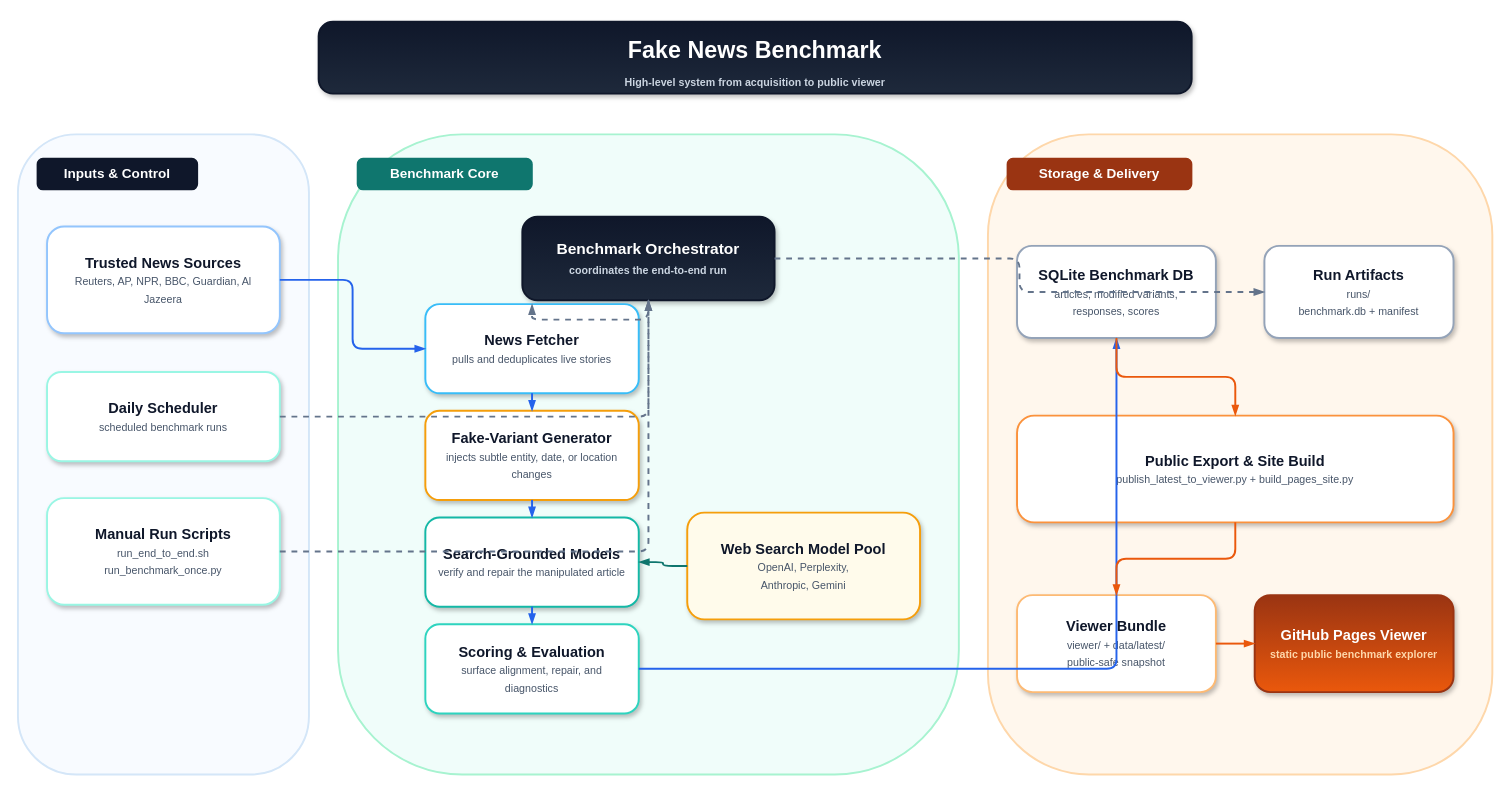
Earlier version of the draw.io diagram docs/high-level-system.drawio (Isydmr/web-search-tool-benchmark). Source tidied: cells renumbered, new cells numbered last; positions are measured from the earlier drawing's top-left corner, leaving out a move shared by most shapes. Both pictures are drawn from the tidied source at 97%, with x=0, y=0 at pixel (17, 21).
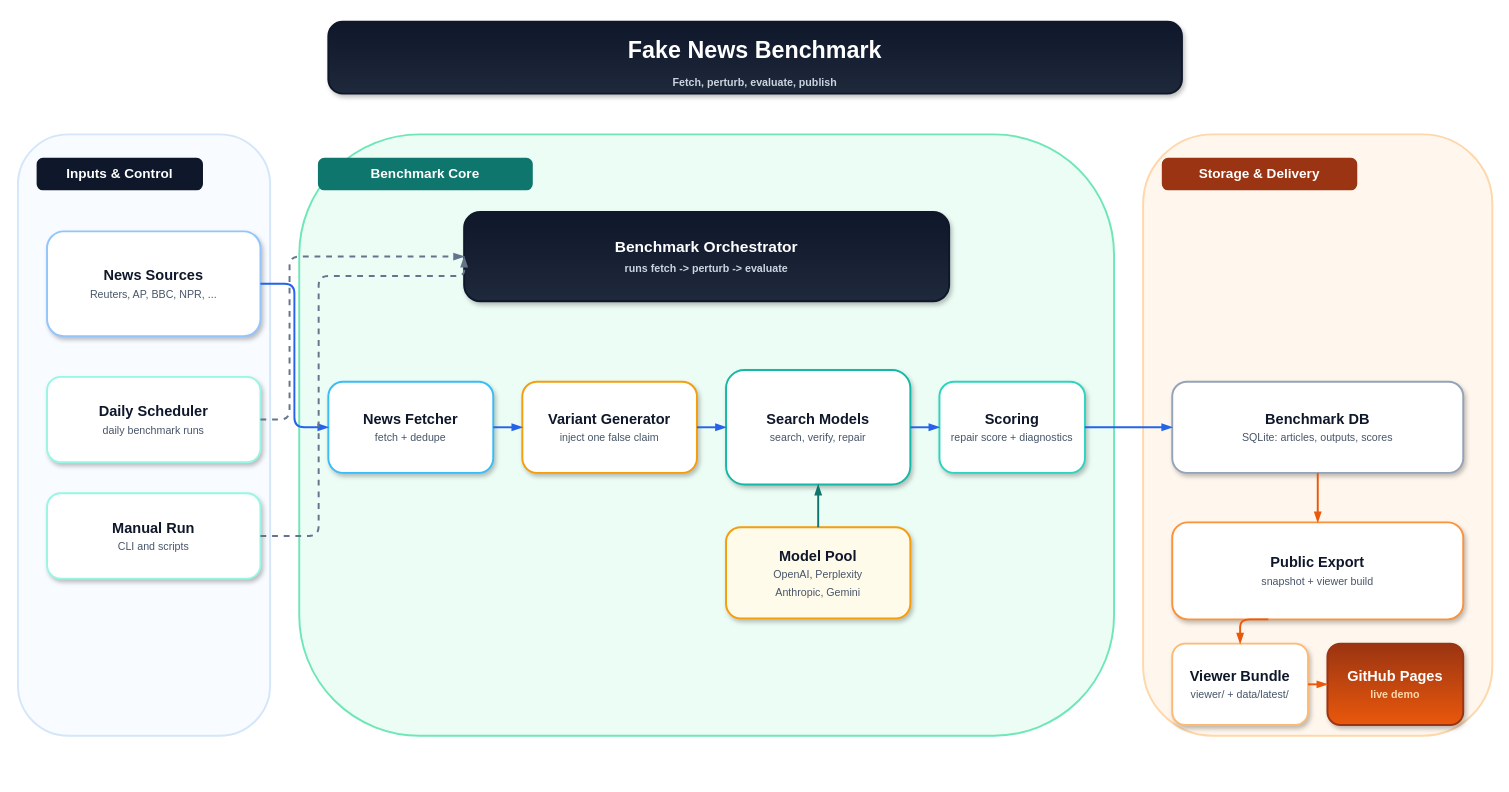
After the change.

Diff of the diagram source:
```diff
@@
-    <mxCell id="2" value="&lt;b&gt;Fake News Benchmark&lt;/b&gt;&lt;br/&gt;&lt;font style=&quot;font-size: 11px;&quot; color=&quot;#CBD5E1&quot;&gt;High-level system from acquisition to public viewer&lt;/font&gt;" style="rounded=1;whiteSpace=wrap;html=1;fillColor=#0F172A;gradientColor=#1E293B;strokeColor=#0F172A;strokeWidth=2;fontColor=#FFFFFF;fontSize=24;fontStyle=1;arcSize=20;shadow=1;spacingTop=14;" parent="1" vertex="1">
-      <mxGeometry x="310" width="900" height="74" as="geometry" />
+    <mxCell id="2" value="&lt;b&gt;Fake News Benchmark&lt;/b&gt;&lt;br/&gt;&lt;font style=&quot;font-size: 11px;&quot; color=&quot;#CBD5E1&quot;&gt;Fetch, perturb, evaluate, publish&lt;/font&gt;" style="rounded=1;whiteSpace=wrap;html=1;fillColor=#0F172A;gradientColor=#1E293B;strokeColor=#0F172A;strokeWidth=2;fontColor=#FFFFFF;fontSize=24;fontStyle=1;arcSize=20;shadow=1;spacingTop=14;" parent="1" vertex="1">
+      <mxGeometry x="320" width="880" height="74" as="geometry" />
     </mxCell>
     <mxCell id="3" style="rounded=1;whiteSpace=wrap;html=1;fillColor=#F8FBFF;strokeColor=#D4E6F8;strokeWidth=2;arcSize=20;" parent="1" vertex="1">
-      <mxGeometry y="116" width="300" height="660" as="geometry" />
+      <mxGeometry y="116" width="260" height="620" as="geometry" />
     </mxCell>
-    <mxCell id="4" style="rounded=1;whiteSpace=wrap;html=1;fillColor=#F0FDFA;strokeColor=#A7F3D0;strokeWidth=2;arcSize=20;" parent="1" vertex="1">
-      <mxGeometry x="330" y="116" width="640" height="660" as="geometry" />
+    <mxCell id="4" style="rounded=1;whiteSpace=wrap;html=1;fillColor=#ECFDF5;strokeColor=#6EE7B7;strokeWidth=2;arcSize=20;" parent="1" vertex="1">
+      <mxGeometry x="290" y="116" width="840" height="620" as="geometry" />
     </mxCell>
     <mxCell id="5" style="rounded=1;whiteSpace=wrap;html=1;fillColor=#FFF7ED;strokeColor=#FED7AA;strokeWidth=2;arcSize=20;" parent="1" vertex="1">
-      <mxGeometry x="1000" y="116" width="520" height="660" as="geometry" />
+      <mxGeometry x="1160" y="116" width="360" height="620" as="geometry" />
     </mxCell>
     <mxCell id="6" value="Inputs &amp;amp; Control" style="rounded=1;whiteSpace=wrap;html=1;fillColor=#0F172A;strokeColor=#0F172A;strokeWidth=1.5;fontColor=#FFFFFF;fontSize=14;fontStyle=1;arcSize=18;" parent="1" vertex="1">
-      <mxGeometry x="20" y="141" width="165" height="32" as="geometry" />
+      <mxGeometry x="20" y="141" width="170" height="32" as="geometry" />
     </mxCell>
     <mxCell id="7" value="Benchmark Core" style="rounded=1;whiteSpace=wrap;html=1;fillColor=#0F766E;strokeColor=#0F766E;strokeWidth=1.5;fontColor=#FFFFFF;fontSize=14;fontStyle=1;arcSize=18;" parent="1" vertex="1">
-      <mxGeometry x="350" y="141" width="180" height="32" as="geometry" />
+      <mxGeometry x="310" y="141" width="220" height="32" as="geometry" />
     </mxCell>
     <mxCell id="8" value="Storage &amp;amp; Delivery" style="rounded=1;whiteSpace=wrap;html=1;fillColor=#9A3412;strokeColor=#9A3412;strokeWidth=1.5;fontColor=#FFFFFF;fontSize=14;fontStyle=1;arcSize=18;" parent="1" vertex="1">
-      <mxGeometry x="1020" y="141" width="190" height="32" as="geometry" />
+      <mxGeometry x="1180" y="141" width="200" height="32" as="geometry" />
     </mxCell>
-    <mxCell id="9" value="&lt;b&gt;Trusted News Sources&lt;/b&gt;&lt;br/&gt;&lt;font color=&quot;#475569&quot; style=&quot;font-size: 11px;&quot;&gt;Reuters, AP, NPR, BBC, Guardian, Al Jazeera&lt;/font&gt;" style="rounded=1;whiteSpace=wrap;html=1;fillColor=#FFFFFF;strokeColor=#93C5FD;strokeWidth=2;fontColor=#0F172A;fontSize=15;shadow=1;arcSize=16;spacing=12;" parent="1" vertex="1">
-      <mxGeometry x="30" y="211" width="240" height="110" as="geometry" />
+    <mxCell id="9" value="&lt;b&gt;News Sources&lt;/b&gt;&lt;br/&gt;&lt;font color=&quot;#475569&quot; style=&quot;font-size: 11px;&quot;&gt;Reuters, AP, BBC, NPR, ...&lt;/font&gt;" style="rounded=1;whiteSpace=wrap;html=1;fillColor=#FFFFFF;strokeColor=#93C5FD;strokeWidth=2;fontColor=#0F172A;fontSize=15;shadow=1;arcSize=16;spacing=12;" parent="1" vertex="1">
+      <mxGeometry x="30" y="216" width="220" height="108" as="geometry" />
     </mxCell>
-    <mxCell id="10" value="&lt;b&gt;Daily Scheduler&lt;/b&gt;&lt;br/&gt;&lt;font color=&quot;#475569&quot; style=&quot;font-size: 11px;&quot;&gt;scheduled benchmark runs&lt;/font&gt;" style="rounded=1;whiteSpace=wrap;html=1;fillColor=#FFFFFF;strokeColor=#99F6E4;strokeWidth=2;fontColor=#0F172A;fontSize=15;shadow=1;arcSize=16;spacing=12;" parent="1" vertex="1">
-      <mxGeometry x="30" y="361" width="240" height="92" as="geometry" />
+    <mxCell id="10" value="&lt;b&gt;Daily Scheduler&lt;/b&gt;&lt;br/&gt;&lt;font color=&quot;#475569&quot; style=&quot;font-size: 11px;&quot;&gt;daily benchmark runs&lt;/font&gt;" style="rounded=1;whiteSpace=wrap;html=1;fillColor=#FFFFFF;strokeColor=#99F6E4;strokeWidth=2;fontColor=#0F172A;fontSize=15;shadow=1;arcSize=16;spacing=12;" parent="1" vertex="1">
+      <mxGeometry x="30" y="366" width="220" height="88" as="geometry" />
     </mxCell>
-    <mxCell id="11" value="&lt;b&gt;Manual Run Scripts&lt;/b&gt;&lt;br/&gt;&lt;font color=&quot;#475569&quot; style=&quot;font-size: 11px;&quot;&gt;run_end_to_end.sh&lt;br/&gt;run_benchmark_once.py&lt;/font&gt;" style="rounded=1;whiteSpace=wrap;html=1;fillColor=#FFFFFF;strokeColor=#99F6E4;strokeWidth=2;fontColor=#0F172A;fontSize=15;shadow=1;arcSize=16;spacing=12;" parent="1" vertex="1">
-      <mxGeometry x="30" y="491" width="240" height="110" as="geometry" />
+    <mxCell id="11" value="&lt;b&gt;Manual Run&lt;/b&gt;&lt;br/&gt;&lt;font color=&quot;#475569&quot; style=&quot;font-size: 11px;&quot;&gt;CLI and scripts&lt;/font&gt;" style="rounded=1;whiteSpace=wrap;html=1;fillColor=#FFFFFF;strokeColor=#99F6E4;strokeWidth=2;fontColor=#0F172A;fontSize=15;shadow=1;arcSize=16;spacing=12;" parent="1" vertex="1">
+      <mxGeometry x="30" y="486" width="220" height="88" as="geometry" />
     </mxCell>
-    <mxCell id="12" value="&lt;b&gt;Benchmark Orchestrator&lt;/b&gt;&lt;br/&gt;&lt;font color=&quot;#CBD5E1&quot; style=&quot;font-size: 11px;&quot;&gt;coordinates the end-to-end run&lt;/font&gt;" style="rounded=1;whiteSpace=wrap;html=1;fillColor=#0F172A;gradientColor=#1E293B;strokeColor=#0F172A;strokeWidth=2;fontColor=#FFFFFF;fontSize=16;fontStyle=1;shadow=1;arcSize=18;spacing=12;" parent="1" vertex="1">
-      <mxGeometry x="520" y="201" width="260" height="86" as="geometry" />
+    <mxCell id="12" value="&lt;b&gt;Benchmark Orchestrator&lt;/b&gt;&lt;br/&gt;&lt;font color=&quot;#CBD5E1&quot; style=&quot;font-size: 11px;&quot;&gt;runs fetch -&amp;gt; perturb -&amp;gt; evaluate&lt;/font&gt;" style="rounded=1;whiteSpace=wrap;html=1;fillColor=#0F172A;gradientColor=#1E293B;strokeColor=#0F172A;strokeWidth=2;fontColor=#FFFFFF;fontSize=16;fontStyle=1;shadow=1;arcSize=18;spacing=12;" parent="1" vertex="1">
+      <mxGeometry x="460" y="196" width="500" height="92" as="geometry" />
     </mxCell>
-    <mxCell id="13" value="&lt;b&gt;News Fetcher&lt;/b&gt;&lt;br/&gt;&lt;font color=&quot;#475569&quot; style=&quot;font-size: 11px;&quot;&gt;pulls and deduplicates live stories&lt;/font&gt;" style="rounded=1;whiteSpace=wrap;html=1;fillColor=#FFFFFF;strokeColor=#38BDF8;strokeWidth=2;fontColor=#0F172A;fontSize=15;shadow=1;arcSize=16;spacing=12;" parent="1" vertex="1">
-      <mxGeometry x="420" y="291" width="220" height="92" as="geometry" />
+    <mxCell id="13" value="&lt;b&gt;News Fetcher&lt;/b&gt;&lt;br/&gt;&lt;font color=&quot;#475569&quot; style=&quot;font-size: 11px;&quot;&gt;fetch + dedupe&lt;/font&gt;" style="rounded=1;whiteSpace=wrap;html=1;fillColor=#FFFFFF;strokeColor=#38BDF8;strokeWidth=2;fontColor=#0F172A;fontSize=15;shadow=1;arcSize=16;spacing=12;" parent="1" vertex="1">
+      <mxGeometry x="320" y="371" width="170" height="94" as="geometry" />
     </mxCell>
-    <mxCell id="14" value="&lt;b&gt;Fake-Variant Generator&lt;/b&gt;&lt;br/&gt;&lt;font color=&quot;#475569&quot; style=&quot;font-size: 11px;&quot;&gt;injects subtle entity, date, or location changes&lt;/font&gt;" style="rounded=1;whiteSpace=wrap;html=1;fillColor=#FFFFFF;strokeColor=#F59E0B;strokeWidth=2;fontColor=#0F172A;fontSize=15;shadow=1;arcSize=16;spacing=12;" parent="1" vertex="1">
-      <mxGeometry x="420" y="401" width="220" height="92" as="geometry" />
+    <mxCell id="14" value="&lt;b&gt;Variant Generator&lt;/b&gt;&lt;br/&gt;&lt;font color=&quot;#475569&quot; style=&quot;font-size: 11px;&quot;&gt;inject one false claim&lt;/font&gt;" style="rounded=1;whiteSpace=wrap;html=1;fillColor=#FFFFFF;strokeColor=#F59E0B;strokeWidth=2;fontColor=#0F172A;fontSize=15;shadow=1;arcSize=16;spacing=12;" parent="1" vertex="1">
+      <mxGeometry x="520" y="371" width="180" height="94" as="geometry" />
     </mxCell>
-    <mxCell id="15" value="&lt;b&gt;Search-Grounded Models&lt;/b&gt;&lt;br/&gt;&lt;font color=&quot;#475569&quot; style=&quot;font-size: 11px;&quot;&gt;verify and repair the manipulated article&lt;/font&gt;" style="rounded=1;whiteSpace=wrap;html=1;fillColor=#FFFFFF;strokeColor=#14B8A6;strokeWidth=2;fontColor=#0F172A;fontSize=15;shadow=1;arcSize=16;spacing=12;" parent="1" vertex="1">
-      <mxGeometry x="420" y="511" width="220" height="92" as="geometry" />
+    <mxCell id="15" value="&lt;b&gt;Search Models&lt;/b&gt;&lt;br/&gt;&lt;font color=&quot;#475569&quot; style=&quot;font-size: 11px;&quot;&gt;search, verify, repair&lt;/font&gt;" style="rounded=1;whiteSpace=wrap;html=1;fillColor=#FFFFFF;strokeColor=#14B8A6;strokeWidth=2;fontColor=#0F172A;fontSize=15;shadow=1;arcSize=16;spacing=12;" parent="1" vertex="1">
+      <mxGeometry x="730" y="359" width="190" height="118" as="geometry" />
     </mxCell>
-    <mxCell id="16" value="&lt;b&gt;Scoring &amp;amp; Evaluation&lt;/b&gt;&lt;br/&gt;&lt;font color=&quot;#475569&quot; style=&quot;font-size: 11px;&quot;&gt;surface alignment, repair, and diagnostics&lt;/font&gt;" style="rounded=1;whiteSpace=wrap;html=1;fillColor=#FFFFFF;strokeColor=#2DD4BF;strokeWidth=2;fontColor=#0F172A;fontSize=15;shadow=1;arcSize=16;spacing=12;" parent="1" vertex="1">
-      <mxGeometry x="420" y="621" width="220" height="92" as="geometry" />
+    <mxCell id="16" value="&lt;b&gt;Scoring&lt;/b&gt;&lt;br/&gt;&lt;font color=&quot;#475569&quot; style=&quot;font-size: 11px;&quot;&gt;repair score + diagnostics&lt;/font&gt;" style="rounded=1;whiteSpace=wrap;html=1;fillColor=#FFFFFF;strokeColor=#2DD4BF;strokeWidth=2;fontColor=#0F172A;fontSize=15;shadow=1;arcSize=16;spacing=12;" parent="1" vertex="1">
+      <mxGeometry x="950" y="371" width="150" height="94" as="geometry" />
     </mxCell>
-    <mxCell id="17" value="&lt;b&gt;Web Search Model Pool&lt;/b&gt;&lt;br/&gt;&lt;font color=&quot;#475569&quot; style=&quot;font-size: 11px;&quot;&gt;OpenAI, Perplexity,&lt;br/&gt;Anthropic, Gemini&lt;/font&gt;" style="rounded=1;whiteSpace=wrap;html=1;fillColor=#FFFBEB;strokeColor=#F59E0B;strokeWidth=2;fontColor=#0F172A;fontSize=15;shadow=1;arcSize=16;spacing=12;" parent="1" vertex="1">
-      <mxGeometry x="690" y="506" width="240" height="110" as="geometry" />
+    <mxCell id="17" value="&lt;b&gt;Model Pool&lt;/b&gt;&lt;br/&gt;&lt;font color=&quot;#475569&quot; style=&quot;font-size: 11px;&quot;&gt;OpenAI, Perplexity&lt;br/&gt;Anthropic, Gemini&lt;/font&gt;" style="rounded=1;whiteSpace=wrap;html=1;fillColor=#FFFBEB;strokeColor=#F59E0B;strokeWidth=2;fontColor=#0F172A;fontSize=15;shadow=1;arcSize=16;spacing=12;" parent="1" vertex="1">
+      <mxGeometry x="730" y="521" width="190" height="94" as="geometry" />
     </mxCell>
-    <mxCell id="18" value="&lt;b&gt;SQLite Benchmark DB&lt;/b&gt;&lt;br/&gt;&lt;font color=&quot;#475569&quot; style=&quot;font-size: 11px;&quot;&gt;articles, modified variants, responses, scores&lt;/font&gt;" style="rounded=1;whiteSpace=wrap;html=1;fillColor=#FFFFFF;strokeColor=#94A3B8;strokeWidth=2;fontColor=#0F172A;fontSize=15;shadow=1;arcSize=16;spacing=12;" parent="1" vertex="1">
-      <mxGeometry x="1030" y="231" width="205" height="95" as="geometry" />
+    <mxCell id="18" value="&lt;b&gt;Benchmark DB&lt;/b&gt;&lt;br/&gt;&lt;font color=&quot;#475569&quot; style=&quot;font-size: 11px;&quot;&gt;SQLite: articles, outputs, scores&lt;/font&gt;" style="rounded=1;whiteSpace=wrap;html=1;fillColor=#FFFFFF;strokeColor=#94A3B8;strokeWidth=2;fontColor=#0F172A;fontSize=15;shadow=1;arcSize=16;spacing=12;" parent="1" vertex="1">
+      <mxGeometry x="1190" y="371" width="300" height="94" as="geometry" />
     </mxCell>
-    <mxCell id="19" value="&lt;b&gt;Run Artifacts&lt;/b&gt;&lt;br/&gt;&lt;font color=&quot;#475569&quot; style=&quot;font-size: 11px;&quot;&gt;runs/&lt;br/&gt;benchmark.db + manifest&lt;/font&gt;" style="rounded=1;whiteSpace=wrap;html=1;fillColor=#FFFFFF;strokeColor=#94A3B8;strokeWidth=2;fontColor=#0F172A;fontSize=15;shadow=1;arcSize=16;spacing=12;" parent="1" vertex="1">
-      <mxGeometry x="1285" y="231" width="195" height="95" as="geometry" />
-    </mxCell>
-    <mxCell id="20" value="&lt;b&gt;Public Export &amp;amp; Site Build&lt;/b&gt;&lt;br/&gt;&lt;font color=&quot;#475569&quot; style=&quot;font-size: 11px;&quot;&gt;publish_latest_to_viewer.py + build_pages_site.py&lt;/font&gt;" style="rounded=1;whiteSpace=wrap;html=1;fillColor=#FFFFFF;strokeColor=#FB923C;strokeWidth=2;fontColor=#0F172A;fontSize=15;shadow=1;arcSize=16;spacing=12;" parent="1" vertex="1">
-      <mxGeometry x="1030" y="406" width="450" height="110" as="geometry" />
+    <mxCell id="20" value="&lt;b&gt;Public Export&lt;/b&gt;&lt;br/&gt;&lt;font color=&quot;#475569&quot; style=&quot;font-size: 11px;&quot;&gt;snapshot + viewer build&lt;/font&gt;" style="rounded=1;whiteSpace=wrap;html=1;fillColor=#FFFFFF;strokeColor=#FB923C;strokeWidth=2;fontColor=#0F172A;fontSize=15;shadow=1;arcSize=16;spacing=12;" parent="1" vertex="1">
+      <mxGeometry x="1190" y="516" width="300" height="100" as="geometry" />
     </mxCell>
-    <mxCell id="21" value="&lt;b&gt;Viewer Bundle&lt;/b&gt;&lt;br/&gt;&lt;font color=&quot;#475569&quot; style=&quot;font-size: 11px;&quot;&gt;viewer/ + data/latest/&lt;br/&gt;public-safe snapshot&lt;/font&gt;" style="rounded=1;whiteSpace=wrap;html=1;fillColor=#FFFFFF;strokeColor=#FDBA74;strokeWidth=2;fontColor=#0F172A;fontSize=15;shadow=1;arcSize=16;spacing=12;" parent="1" vertex="1">
-      <mxGeometry x="1030" y="591" width="205" height="100" as="geometry" />
+    <mxCell id="21" value="&lt;b&gt;Viewer Bundle&lt;/b&gt;&lt;br/&gt;&lt;font color=&quot;#475569&quot; style=&quot;font-size: 11px;&quot;&gt;viewer/ + data/latest/&lt;/font&gt;" style="rounded=1;whiteSpace=wrap;html=1;fillColor=#FFFFFF;strokeColor=#FDBA74;strokeWidth=2;fontColor=#0F172A;fontSize=15;shadow=1;arcSize=16;spacing=12;" parent="1" vertex="1">
+      <mxGeometry x="1190" y="641" width="140" height="84" as="geometry" />
     </mxCell>
-    <mxCell id="22" value="&lt;b&gt;GitHub Pages Viewer&lt;/b&gt;&lt;br/&gt;&lt;font color=&quot;#FED7AA&quot; style=&quot;font-size: 11px;&quot;&gt;static public benchmark explorer&lt;/font&gt;" style="rounded=1;whiteSpace=wrap;html=1;fillColor=#9A3412;gradientColor=#EA580C;strokeColor=#9A3412;strokeWidth=2;fontColor=#FFFFFF;fontSize=15;fontStyle=1;shadow=1;arcSize=16;spacing=12;" parent="1" vertex="1">
-      <mxGeometry x="1275" y="591" width="205" height="100" as="geometry" />
+    <mxCell id="22" value="&lt;b&gt;GitHub Pages&lt;/b&gt;&lt;br/&gt;&lt;font color=&quot;#FED7AA&quot; style=&quot;font-size: 11px;&quot;&gt;live demo&lt;/font&gt;" style="rounded=1;whiteSpace=wrap;html=1;fillColor=#9A3412;gradientColor=#EA580C;strokeColor=#9A3412;strokeWidth=2;fontColor=#FFFFFF;fontSize=15;fontStyle=1;shadow=1;arcSize=16;spacing=12;" parent="1" vertex="1">
+      <mxGeometry x="1350" y="641" width="140" height="84" as="geometry" />
     </mxCell>
-    <mxCell id="23" style="edgeStyle=orthogonalEdgeStyle;rounded=1;jettySize=auto;html=1;endArrow=blockThin;endFill=1;strokeWidth=2;strokeColor=#2563EB;" parent="1" edge="1" source="9" target="13">
+    <mxCell id="23" style="edgeStyle=orthogonalEdgeStyle;rounded=1;jettySize=auto;html=1;endArrow=blockThin;endFill=1;strokeWidth=2;strokeColor=#2563EB;exitX=1;exitY=0.5;entryX=0;entryY=0.5;" parent="1" edge="1" source="9" target="13">
       <mxGeometry relative="1" as="geometry" />
     </mxCell>
-    <mxCell id="24" style="edgeStyle=orthogonalEdgeStyle;rounded=1;jettySize=auto;html=1;endArrow=blockThin;endFill=1;dashed=1;strokeWidth=2;strokeColor=#64748B;" parent="1" edge="1" source="10" target="12">
-      <mxGeometry relative="1" as="geometry" />
+    <mxCell id="24" style="edgeStyle=orthogonalEdgeStyle;rounded=1;jettySize=auto;html=1;endArrow=blockThin;endFill=1;dashed=1;strokeWidth=2;strokeColor=#64748B;exitX=1;exitY=0.5;entryX=0;entryY=0.5;" parent="1" edge="1" source="10" target="12">
+      <mxGeometry relative="1" as="geometry">
+        <Array as="points">
+          <mxPoint x="280" y="410" />
+          <mxPoint x="280" y="242" />
+        </Array>
+      </mxGeometry>
     </mxCell>
-    <mxCell id="25" style="edgeStyle=orthogonalEdgeStyle;rounded=1;jettySize=auto;html=1;endArrow=blockThin;endFill=1;dashed=1;strokeWidth=2;strokeColor=#64748B;" parent="1" edge="1" source="11" target="12">
-      <mxGeometry relative="1" as="geometry" />
+    <mxCell id="25" style="edgeStyle=orthogonalEdgeStyle;rounded=1;jettySize=auto;html=1;endArrow=blockThin;endFill=1;dashed=1;strokeWidth=2;strokeColor=#64748B;exitX=1;exitY=0.5;entryX=0;entryY=0.5;" parent="1" edge="1" source="11" target="12">
+      <mxGeometry relative="1" as="geometry">
+        <Array as="points">
+          <mxPoint x="310" y="530" />
+          <mxPoint x="310" y="262" />
+        </Array>
+      </mxGeometry>
     </mxCell>
-    <mxCell id="26" style="edgeStyle=orthogonalEdgeStyle;rounded=1;jettySize=auto;html=1;endArrow=blockThin;endFill=1;dashed=1;strokeWidth=2;strokeColor=#64748B;" parent="1" edge="1" source="12" target="13">
-      <mxGeometry relative="1" as="geometry" />
-    </mxCell>
-    <mxCell id="27" style="edgeStyle=orthogonalEdgeStyle;rounded=1;jettySize=auto;html=1;endArrow=blockThin;endFill=1;strokeWidth=2;strokeColor=#2563EB;" parent="1" edge="1" source="13" target="14">
+    <mxCell id="27" style="edgeStyle=orthogonalEdgeStyle;rounded=1;jettySize=auto;html=1;endArrow=blockThin;endFill=1;strokeWidth=2;strokeColor=#2563EB;exitX=1;exitY=0.5;entryX=0;entryY=0.5;" parent="1" edge="1" source="13" target="14">
       <mxGeometry relative="1" as="geometry" />
     </mxCell>
-    <mxCell id="28" style="edgeStyle=orthogonalEdgeStyle;rounded=1;jettySize=auto;html=1;endArrow=blockThin;endFill=1;strokeWidth=2;strokeColor=#2563EB;" parent="1" edge="1" source="14" target="15">
+    <mxCell id="28" style="edgeStyle=orthogonalEdgeStyle;rounded=1;jettySize=auto;html=1;endArrow=blockThin;endFill=1;strokeWidth=2;strokeColor=#2563EB;exitX=1;exitY=0.5;entryX=0;entryY=0.5;" parent="1" edge="1" source="14" target="15">
       <mxGeometry relative="1" as="geometry" />
     </mxCell>
-    <mxCell id="29" style="edgeStyle=orthogonalEdgeStyle;rounded=1;jettySize=auto;html=1;endArrow=blockThin;endFill=1;strokeWidth=2;strokeColor=#0F766E;" parent="1" edge="1" source="17" target="15">
+    <mxCell id="29" style="edgeStyle=orthogonalEdgeStyle;rounded=1;jettySize=auto;html=1;endArrow=blockThin;endFill=1;strokeWidth=2;strokeColor=#0F766E;exitX=0.5;exitY=0;entryX=0.5;entryY=1;" parent="1" edge="1" source="17" target="15">
       <mxGeometry relative="1" as="geometry" />
     </mxCell>
-    <mxCell id="30" style="edgeStyle=orthogonalEdgeStyle;rounded=1;jettySize=auto;html=1;endArrow=blockThin;endFill=1;strokeWidth=2;strokeColor=#2563EB;" parent="1" edge="1" source="15" target="16">
+    <mxCell id="30" style="edgeStyle=orthogonalEdgeStyle;rounded=1;jettySize=auto;html=1;endArrow=blockThin;endFill=1;strokeWidth=2;strokeColor=#2563EB;exitX=1;exitY=0.5;entryX=0;entryY=0.5;" parent="1" edge="1" source="15" target="16">
       <mxGeometry relative="1" as="geometry" />
     </mxCell>
-    <mxCell id="31" style="edgeStyle=orthogonalEdgeStyle;rounded=1;jettySize=auto;html=1;endArrow=blockThin;endFill=1;strokeWidth=2;strokeColor=#2563EB;" parent="1" edge="1" source="16" target="18">
+    <mxCell id="31" style="edgeStyle=orthogonalEdgeStyle;rounded=1;jettySize=auto;html=1;endArrow=blockThin;endFill=1;strokeWidth=2;strokeColor=#2563EB;exitX=1;exitY=0.5;entryX=0;entryY=0.5;" parent="1" edge="1" source="16" target="18">
       <mxGeometry relative="1" as="geometry" />
     </mxCell>
-    <mxCell id="32" style="edgeStyle=orthogonalEdgeStyle;rounded=1;jettySize=auto;html=1;endArrow=blockThin;endFill=1;dashed=1;strokeWidth=2;strokeColor=#64748B;" parent="1" edge="1" source="12" target="19">
+    <mxCell id="32" style="edgeStyle=orthogonalEdgeStyle;rounded=1;jettySize=auto;html=1;endArrow=blockThin;endFill=1;strokeWidth=2;strokeColor=#EA580C;exitX=0.5;exitY=1;entryX=0.5;entryY=0;" parent="1" edge="1" source="18" target="20">
       <mxGeometry relative="1" as="geometry" />
     </mxCell>
-    <mxCell id="33" style="edgeStyle=orthogonalEdgeStyle;rounded=1;jettySize=auto;html=1;endArrow=blockThin;endFill=1;strokeWidth=2;strokeColor=#EA580C;" parent="1" edge="1" source="18" target="20">
+    <mxCell id="33" style="edgeStyle=orthogonalEdgeStyle;rounded=1;jettySize=auto;html=1;endArrow=blockThin;endFill=1;strokeWidth=2;strokeColor=#EA580C;exitX=0.33;exitY=1;entryX=0.5;entryY=0;" parent="1" edge="1" source="20" target="21">
       <mxGeometry relative="1" as="geometry" />
     </mxCell>
-    <mxCell id="34" style="edgeStyle=orthogonalEdgeStyle;rounded=1;jettySize=auto;html=1;endArrow=blockThin;endFill=1;strokeWidth=2;strokeColor=#EA580C;" parent="1" edge="1" source="20" target="21">
+    <mxCell id="34" style="edgeStyle=orthogonalEdgeStyle;rounded=1;jettySize=auto;html=1;endArrow=blockThin;endFill=1;strokeWidth=2;strokeColor=#EA580C;exitX=1;exitY=0.5;entryX=0;entryY=0.5;" parent="1" edge="1" source="21" target="22">
       <mxGeometry relative="1" as="geometry" />
     </mxCell>
-    <mxCell id="35" style="edgeStyle=orthogonalEdgeStyle;rounded=1;jettySize=auto;html=1;endArrow=blockThin;endFill=1;strokeWidth=2;strokeColor=#EA580C;" parent="1" edge="1" source="21" target="22">
-      <mxGeometry relative="1" as="geometry" />
-    </mxCell>
```
